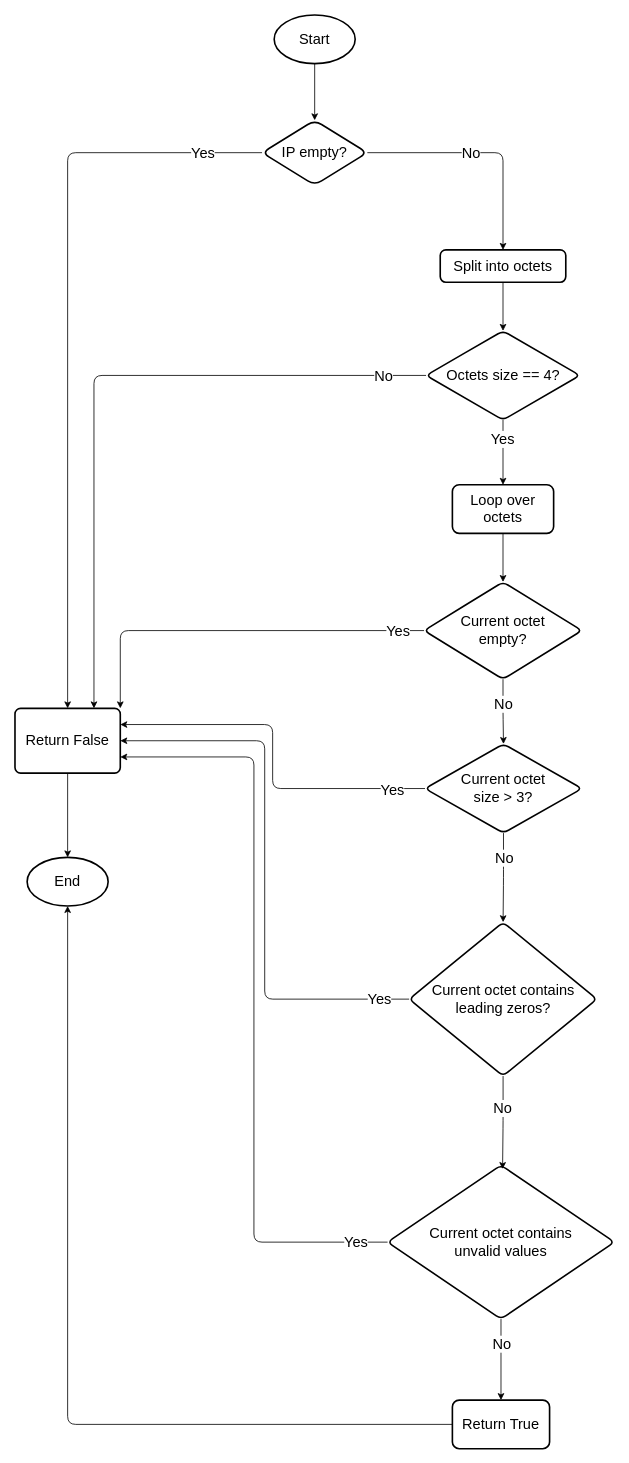
Above: src/week_1/ipv4/IPv4 Checker.drawio in abdosharaf9/The-Chance-2025-Tasks (draw.io), before the change. Source tidied: cells renumbered, new cells numbered last; positions are measured from the earlier drawing's top-left corner, leaving out a move shared by most shapes. Both pictures are drawn from the tidied source at 81%, with x=0, y=0 at pixel (15, -58).
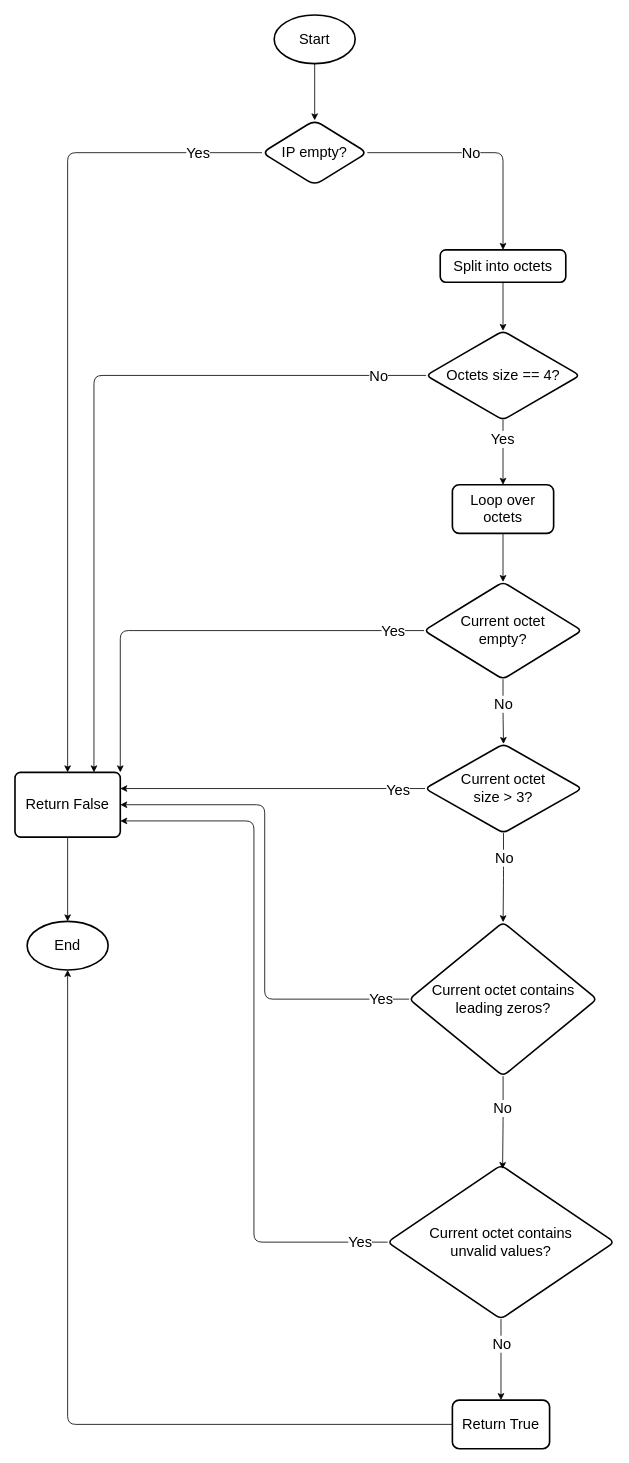
The same page after the edit.

Commit message (it also covers changes not shown here):
finish flowcharts, enhance code quality, remove comments, and refactor some namings

Change to the diagram source:
```diff
@@
     <mxCell id="10" value="Return False" style="rounded=1;whiteSpace=wrap;html=1;absoluteArcSize=1;arcSize=14;strokeWidth=2;fontSize=18;" parent="1" vertex="1">
-      <mxGeometry y="946" width="130" height="80" as="geometry" />
+      <mxGeometry y="1025" width="130" height="80" as="geometry" />
     </mxCell>
     <mxCell id="11" value="End" style="strokeWidth=2;html=1;shape=mxgraph.flowchart.start_1;whiteSpace=wrap;fontSize=18;rounded=1;" parent="1" vertex="1">
-      <mxGeometry x="15" y="1130" width="100" height="60" as="geometry" />
+      <mxGeometry x="15" y="1209" width="100" height="60" as="geometry" />
     </mxCell>
@@
-    <mxCell id="41" value="Current octet contains&lt;div style=&quot;font-size: 18px;&quot;&gt;unvalid values&lt;/div&gt;" style="rhombus;whiteSpace=wrap;html=1;rounded=1;arcSize=14;strokeWidth=2;fontSize=18;" parent="1" vertex="1">
+    <mxCell id="41" value="Current octet contains&lt;div style=&quot;font-size: 18px;&quot;&gt;unvalid values?&lt;/div&gt;" style="rhombus;whiteSpace=wrap;html=1;rounded=1;arcSize=14;strokeWidth=2;fontSize=18;" parent="1" vertex="1">
       <mxGeometry x="460" y="1510" width="280" height="190" as="geometry" />
     </mxCell>
```
